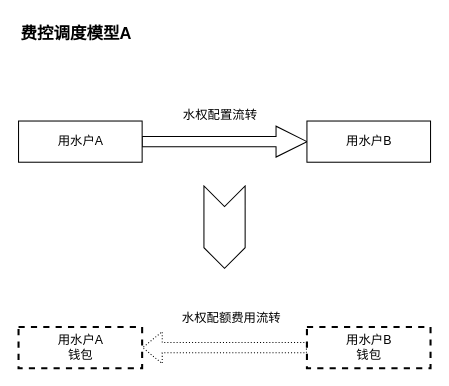
Before: page "0001" (1 of 3) of src/main/work/zhonghuan/20231108222507.drawio in ab-doc/draw.io, a draw.io diagram. Source tidied: cells renumbered, new cells numbered last; positions are measured from the earlier drawing's top-left corner, leaving out a move shared by most shapes. Both pictures are drawn from the tidied source at 103%, with x=0, y=0 at pixel (18, 18).
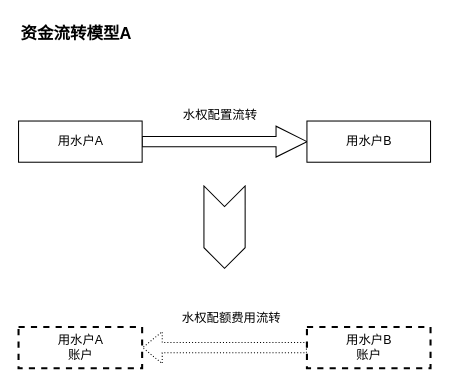
After the change.

What changed in the source:
```diff
@@
 <mxGraphModel>
   <root>
     <mxCell id="0" />
     <mxCell id="1" parent="0" />
-    <mxCell id="2" value="&lt;b style=&quot;font-size: 16px;&quot;&gt;费控调度模型A&lt;/b&gt;" style="text;html=1;align=left;verticalAlign=middle;strokeColor=none;fillColor=none;fontSize=16;rounded=0;labelBackgroundColor=none;" parent="1" vertex="1">
+    <mxCell id="2" value="&lt;b style=&quot;font-size: 16px;&quot;&gt;资金流转模型A&lt;/b&gt;" style="text;html=1;align=left;verticalAlign=middle;strokeColor=none;fillColor=none;fontSize=16;rounded=0;labelBackgroundColor=none;" parent="1" vertex="1">
       <mxGeometry x="0.5" width="130" height="30" as="geometry" />
     </mxCell>
     <mxCell id="3" style="edgeStyle=orthogonalEdgeStyle;rounded=0;jettySize=auto;html=1;shape=arrow;" parent="1" edge="1" source="4" target="5">
       <mxGeometry relative="1" as="geometry" />
     </mxCell>
     <mxCell id="4" value="用水户A" style="rounded=0;whiteSpace=wrap;html=1;" parent="1" vertex="1">
       <mxGeometry x="0.5" y="100" width="120" height="40" as="geometry" />
     </mxCell>
     <mxCell id="5" value="用水户B" style="rounded=0;whiteSpace=wrap;html=1;" parent="1" vertex="1">
       <mxGeometry x="280.5" y="100" width="120" height="40" as="geometry" />
     </mxCell>
     <mxCell id="6" style="shape=step;perimeter=stepPerimeter;whiteSpace=wrap;html=1;fixedSize=1;direction=south;" parent="1" vertex="1">
       <mxGeometry x="180.5" y="163" width="40" height="80" as="geometry" />
     </mxCell>
     <mxCell id="7" style="edgeStyle=orthogonalEdgeStyle;rounded=0;jettySize=auto;html=1;shape=flexArrow;startArrow=block;startFill=0;endArrow=none;endFill=0;dashed=1;dashPattern=1 2;strokeWidth=1;" parent="1" edge="1" source="8" target="9">
       <mxGeometry relative="1" as="geometry" />
     </mxCell>
-    <mxCell id="8" value="用水户A&lt;br&gt;钱包" style="rounded=0;whiteSpace=wrap;html=1;dashed=1;strokeWidth=2;" parent="1" vertex="1">
+    <mxCell id="8" value="用水户A&lt;br&gt;账户" style="rounded=0;whiteSpace=wrap;html=1;dashed=1;strokeWidth=2;" parent="1" vertex="1">
       <mxGeometry x="0.5" y="300" width="120" height="40" as="geometry" />
     </mxCell>
-    <mxCell id="9" value="用水户B&lt;br&gt;钱包" style="rounded=0;whiteSpace=wrap;html=1;dashed=1;strokeWidth=2;" parent="1" vertex="1">
+    <mxCell id="9" value="用水户B&lt;br&gt;账户" style="rounded=0;whiteSpace=wrap;html=1;dashed=1;strokeWidth=2;" parent="1" vertex="1">
       <mxGeometry x="280.5" y="300" width="120" height="40" as="geometry" />
     </mxCell>
     <mxCell id="10" value="水权配置流转" style="text;html=1;align=center;verticalAlign=middle;strokeColor=none;fillColor=none;" parent="1" vertex="1">
       <mxGeometry x="145.5" y="80" width="100" height="30" as="geometry" />
     </mxCell>
     <mxCell id="11" value="水权配额费用流转" style="text;html=1;align=center;verticalAlign=middle;strokeColor=none;fillColor=none;" parent="1" vertex="1">
       <mxGeometry x="146.5" y="277" width="120" height="30" as="geometry" />
     </mxCell>
   </root>
 </mxGraphModel>
```
